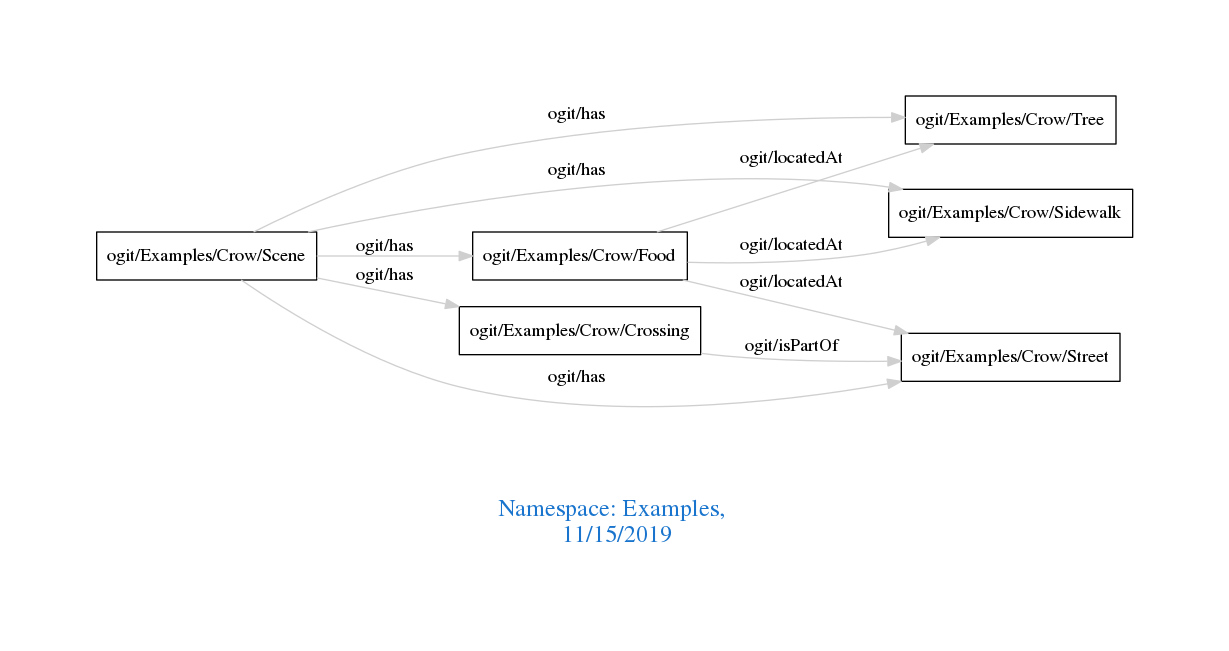
Before: downloads/Examples.png, a diagram exported from Graphviz (arago/OGIT). Its source is kept beside it as downloads/Examples.dot.
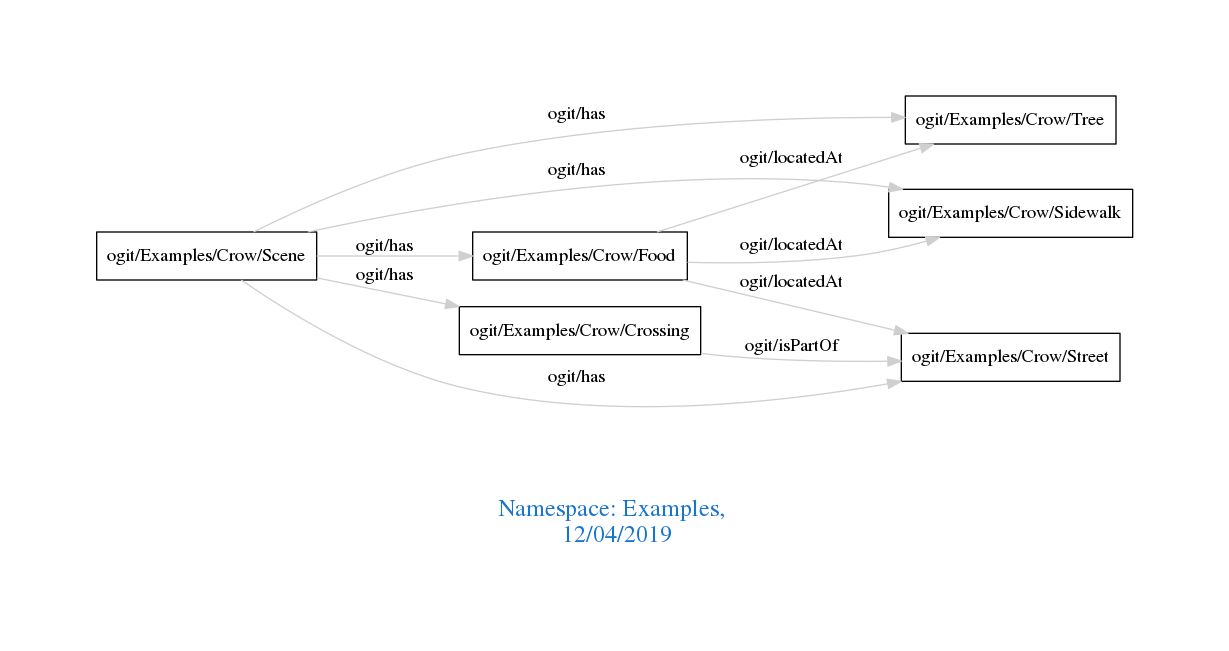
The same diagram one commit later.

What changed in the source:
```diff
@@ -1,7 +1,7 @@
 digraph OGIT_ontology {
  graph [ rankdir= LR,pad=1
 fontsize = 18,
-fontcolor= dodgerblue3,label = "\n\n\nNamespace: Examples, \n 11/15/2019"];
+fontcolor= dodgerblue3,label = "\n\n\nNamespace: Examples, \n 12/04/2019"];
 node[shape=polygon];
 edge [  color="gray81"];
 
```
